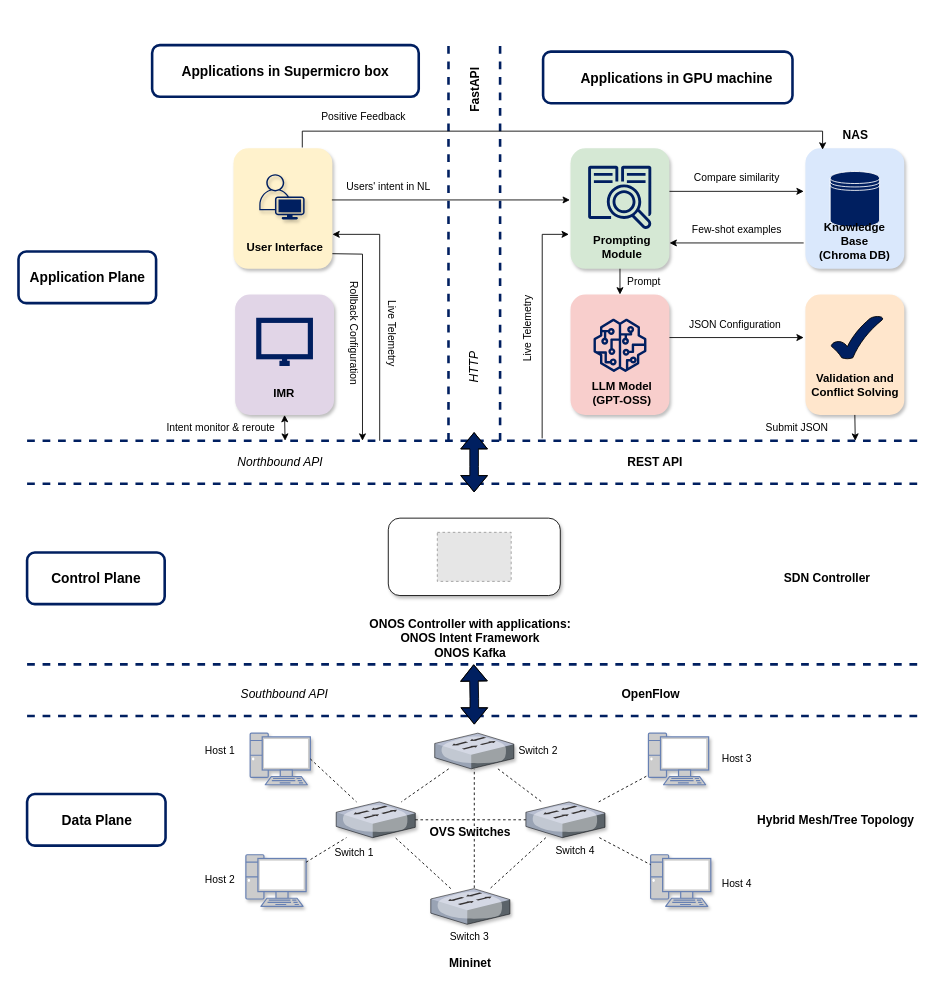
This is page "main" (1 of 3) of diagram/system-architecture.drawio from THenryInGH/FYP, a draw.io file, before an edit. Source tidied: cells renumbered, new cells numbered last; positions are measured from the earlier drawing's top-left corner, leaving out a move shared by most shapes. Both pictures are drawn from the tidied source at 86%, with x=0, y=0 at pixel (18, 15). Pictures stored in the file or linked from it are replaced by grey dashed boxes.
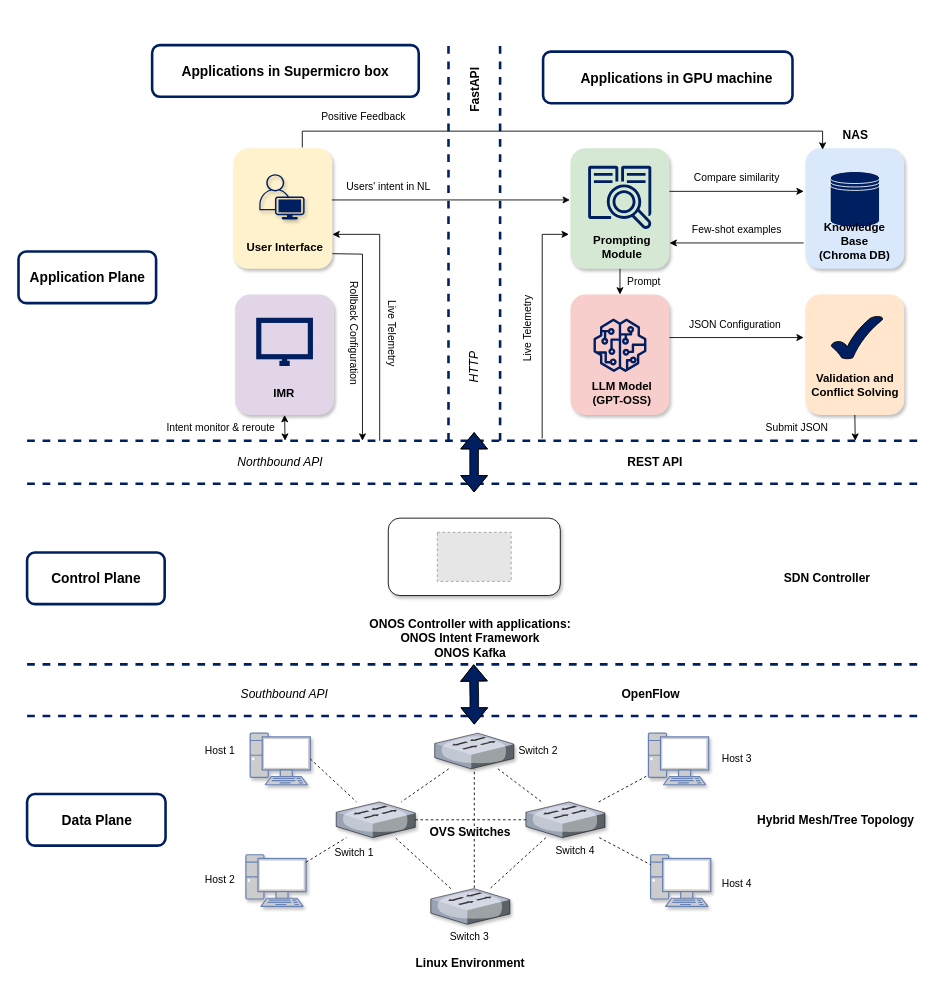
Above is the later version.

What changed in the source:
```diff
@@
-    <mxCell id="78" value="&lt;b&gt;&lt;font style=&quot;font-size: 14px;&quot;&gt;Mininet&lt;/font&gt;&lt;/b&gt;" style="text;html=1;align=center;verticalAlign=middle;strokeColor=none;fillColor=none;" parent="1" vertex="1">
-      <mxGeometry x="490" y="1087.2" width="70" height="30" as="geometry" />
+    <mxCell id="78" value="&lt;b&gt;&lt;font style=&quot;font-size: 14px;&quot;&gt;Linux Environment&lt;/font&gt;&lt;/b&gt;" style="text;html=1;align=center;verticalAlign=middle;strokeColor=none;fillColor=none;" parent="1" vertex="1">
+      <mxGeometry x="450" y="1087.2" width="150" height="30" as="geometry" />
     </mxCell>
```
